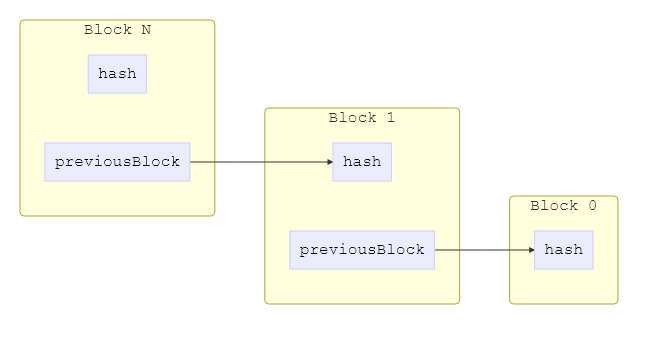
Earlier version of the Mermaid export doc/blockchain.png (conradoqg/naivecoin). Its source is kept beside it as doc/blockchain.mmd.
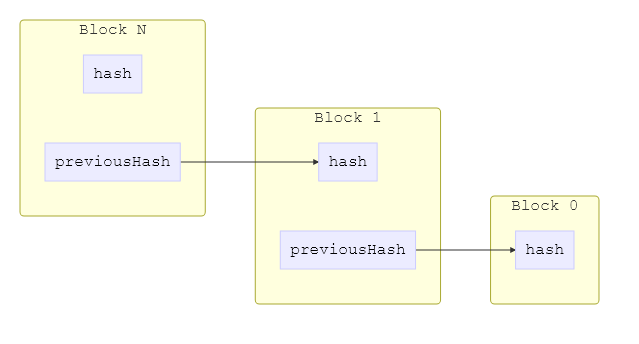
Later version of the same file.

Commit message:
Fix typo in the documentation diagram

The edit, as a diff of the source:
```diff
@@ -1,14 +1,14 @@
 graph LR
-    previousBlockN-->hashBlockB
-    previousBlockB-->hashBlockA
+    previousHashN-->hashBlockB
+    previousHashB-->hashBlockA
     subgraph Block 0
     hashBlockA["hash"]
     end
     subgraph Block 1
     hashBlockB["hash"]
-    previousBlockB["previousBlock"]
+    previousHashB["previousHash"]
     end
     subgraph Block N
     hashBlockN["hash"]
-    previousBlockN["previousBlock"]
+    previousHashN["previousHash"]
     end
```
